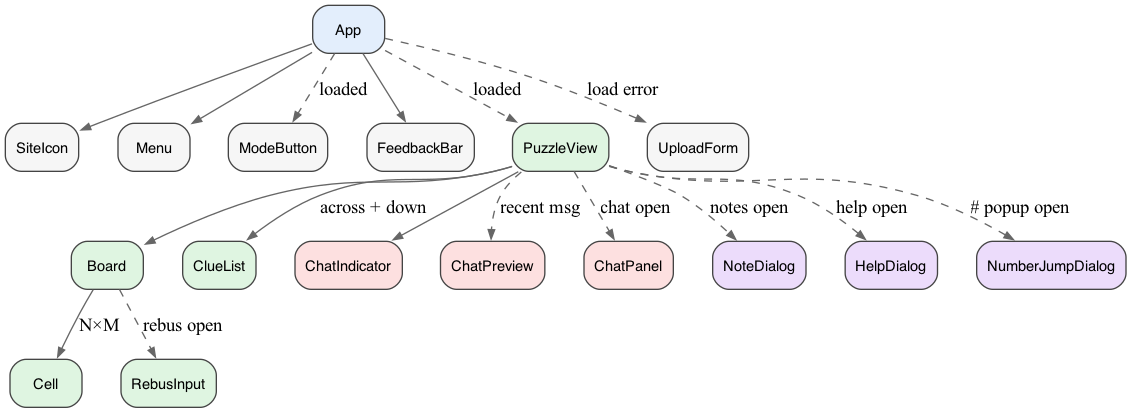
The Graphviz diagram docs/components-game.png in joelburton/crossplay, before a commit. Its source is kept beside it as docs/components-game.dot. Its diagram source:
```dot

digraph CrossplayGame {
  rankdir=TB;
  splines=true;
  nodesep=0.4;
  ranksep=0.5;
  bgcolor="white";
  node [
    shape=box,
    style="rounded,filled",
    fontname="Helvetica",
    fontsize=11,
    color="#444",
    penwidth=1
  ];
  edge [color="#666", arrowsize=0.7];

  App           [fillcolor="#e3eefc"];

  SiteIcon      [fillcolor="#f6f6f6"];
  Menu          [fillcolor="#f6f6f6"];
  ModeButton    [fillcolor="#f6f6f6"];
  FeedbackBar   [fillcolor="#f6f6f6"];

  PuzzleView    [fillcolor="#dff5e1"];
  UploadForm    [fillcolor="#f6f6f6"];

  Board            [fillcolor="#dff5e1"];
  Cell             [fillcolor="#dff5e1"];
  RebusInput       [fillcolor="#dff5e1"];
  ClueList         [fillcolor="#dff5e1"];
  ChatIndicator    [fillcolor="#fde0e0"];
  ChatPreview      [fillcolor="#fde0e0"];
  ChatPanel        [fillcolor="#fde0e0"];
  NoteDialog       [fillcolor="#ecdcfb"];
  HelpDialog       [fillcolor="#ecdcfb"];
  NumberJumpDialog [fillcolor="#ecdcfb"];

  App -> SiteIcon;
  App -> Menu;
  App -> ModeButton  [style=dashed, label="loaded"];
  App -> FeedbackBar;

  App -> PuzzleView [style=dashed, label="loaded"];
  App -> UploadForm [style=dashed, label="load error"];

  PuzzleView -> Board;
  PuzzleView -> ClueList    [label="across + down"];
  PuzzleView -> ChatIndicator;
  PuzzleView -> ChatPreview [style=dashed, label="recent msg"];
  PuzzleView -> ChatPanel   [style=dashed, label="chat open"];
  PuzzleView -> NoteDialog       [style=dashed, label="notes open"];
  PuzzleView -> HelpDialog       [style=dashed, label="help open"];
  PuzzleView -> NumberJumpDialog [style=dashed, label="# popup open"];

  Board -> Cell       [label="N×M"];
  Board -> RebusInput [style=dashed, label="rebus open"];

  { rank=same; SiteIcon; Menu; ModeButton; FeedbackBar; }
  { rank=same; PuzzleView; UploadForm; }
  { rank=same; ChatIndicator; ChatPreview; ChatPanel; NoteDialog; HelpDialog; NumberJumpDialog; }
}
```
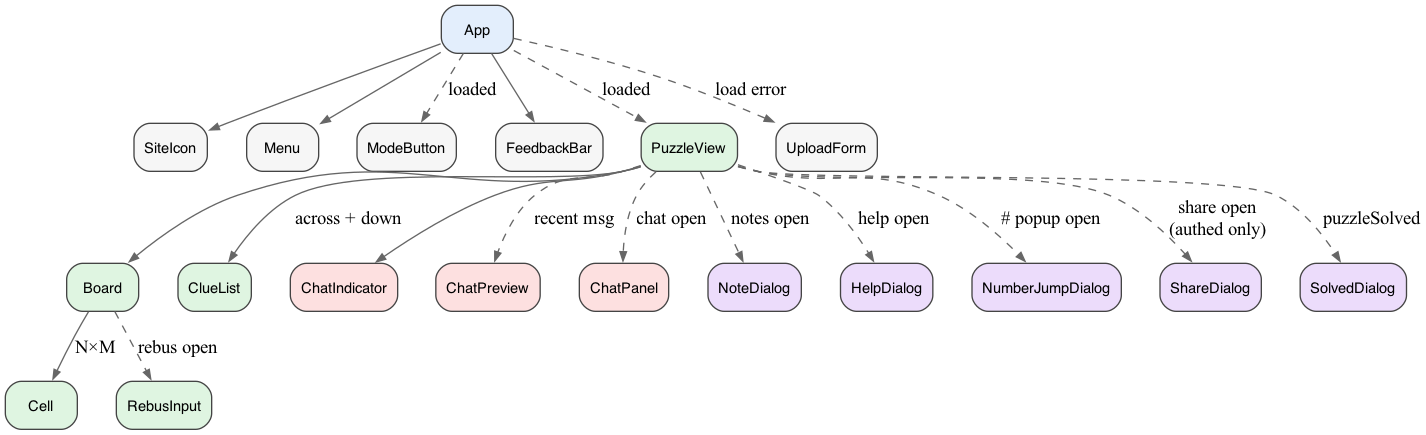
Above is the later version.

What changed in the source:
```diff
@@ -35,6 +35,8 @@
   NoteDialog       [fillcolor="#ecdcfb"];
   HelpDialog       [fillcolor="#ecdcfb"];
   NumberJumpDialog [fillcolor="#ecdcfb"];
+  ShareDialog      [fillcolor="#ecdcfb"];
+  SolvedDialog     [fillcolor="#ecdcfb"];
 
   App -> SiteIcon;
   App -> Menu;
@@ -52,11 +54,13 @@
   PuzzleView -> NoteDialog       [style=dashed, label="notes open"];
   PuzzleView -> HelpDialog       [style=dashed, label="help open"];
   PuzzleView -> NumberJumpDialog [style=dashed, label="# popup open"];
+  PuzzleView -> ShareDialog      [style=dashed, label="share open\n(authed only)"];
+  PuzzleView -> SolvedDialog     [style=dashed, label="puzzleSolved"];
 
   Board -> Cell       [label="N×M"];
   Board -> RebusInput [style=dashed, label="rebus open"];
 
   { rank=same; SiteIcon; Menu; ModeButton; FeedbackBar; }
   { rank=same; PuzzleView; UploadForm; }
-  { rank=same; ChatIndicator; ChatPreview; ChatPanel; NoteDialog; HelpDialog; NumberJumpDialog; }
+  { rank=same; ChatIndicator; ChatPreview; ChatPanel; NoteDialog; HelpDialog; NumberJumpDialog; ShareDialog; SolvedDialog; }
 }
```
